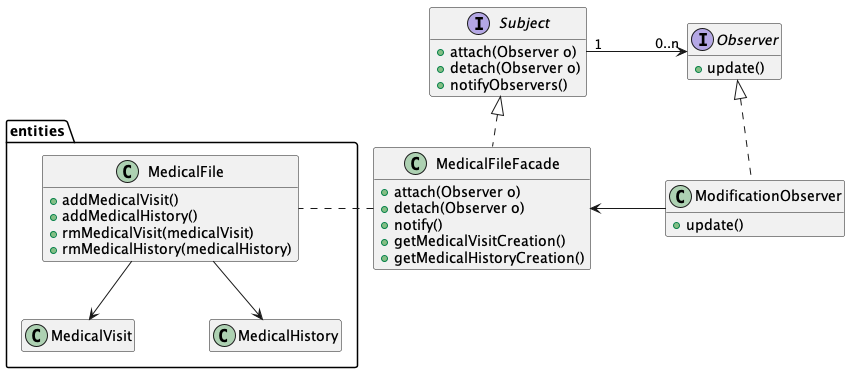
The PlantUML diagram plantUml-partie2/observer-class.png in KevenJAntenor/Quebec-Centralized-Medical-Record-System, before a commit.
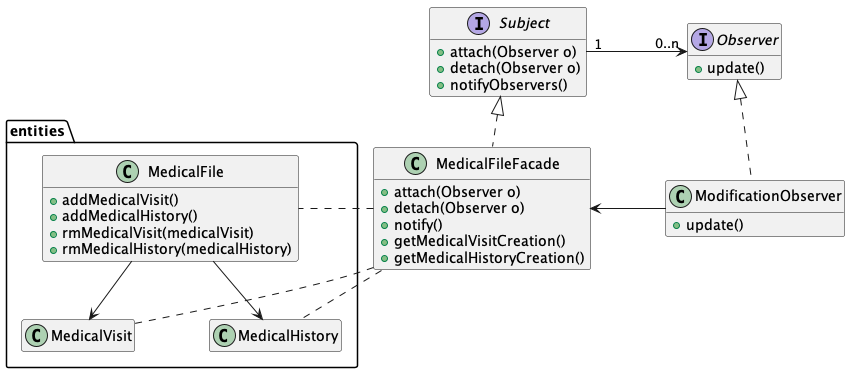
Later version of the same file.

Commit message:
Add seq diagram for observer pattern

Change to the diagram source:
```diff
@@ -51,6 +51,8 @@
 Subject <|.. MedicalFileFacade
 
 MedicalFileFacade . entities.MedicalFile
+MedicalFileFacade . entities.MedicalVisit
+MedicalFileFacade . entities.MedicalHistory
 
 MedicalFile --> MedicalVisit
 MedicalFile --> MedicalHistory
```
